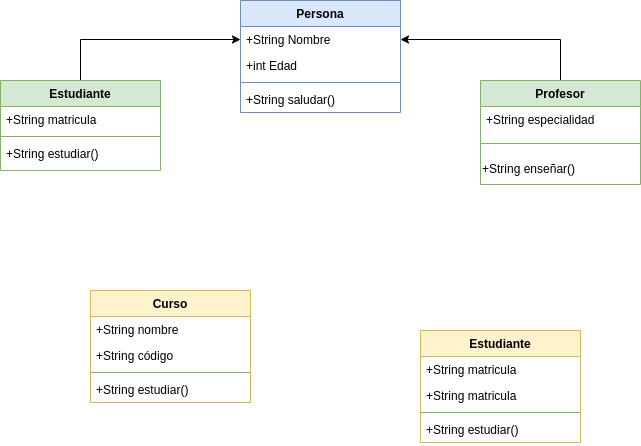
Earlier version of the draw.io export images/gestion-academica.png (aday-ctr/gestion-academica). Source tidied: cells renumbered, new cells last; positions are measured from the earlier drawing's top-left corner, leaving out a move shared by most shapes.
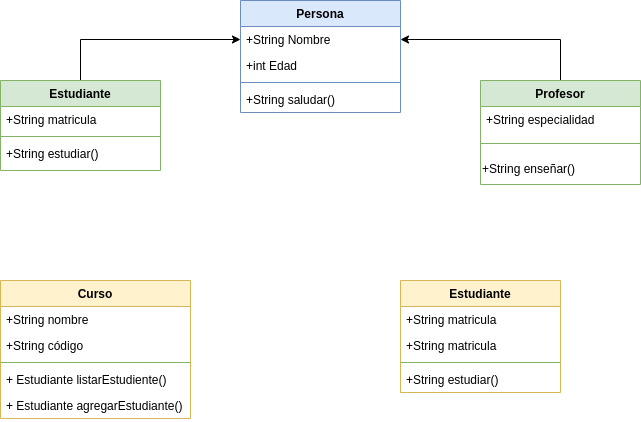
After the change.

Diff of the diagram source:
```diff
@@ -48,22 +48,25 @@
       <mxGeometry y="74" width="160" height="30" as="geometry" />
     </mxCell>
     <mxCell id="17" value="Curso" style="swimlane;fontStyle=1;align=center;verticalAlign=top;horizontal=1;startSize=26;rounded=0;shadow=0;strokeWidth=1;fillColor=#fff2cc;strokeColor=#d6b656;" parent="1" vertex="1">
-      <mxGeometry x="90" y="290" width="160" height="112" as="geometry" />
+      <mxGeometry y="280" width="190" height="138" as="geometry" />
     </mxCell>
     <mxCell id="18" value="+String nombre" style="text;align=left;verticalAlign=top;spacingLeft=4;spacingRight=4;overflow=hidden;" parent="17" vertex="1">
-      <mxGeometry y="26" width="160" height="26" as="geometry" />
+      <mxGeometry y="26" width="190" height="26" as="geometry" />
     </mxCell>
     <mxCell id="19" value="+String código" style="text;align=left;verticalAlign=top;spacingLeft=4;spacingRight=4;overflow=hidden;" parent="17" vertex="1">
-      <mxGeometry y="52" width="160" height="26" as="geometry" />
+      <mxGeometry y="52" width="190" height="26" as="geometry" />
     </mxCell>
     <mxCell id="20" style="line;html=1;strokeWidth=1;align=left;verticalAlign=middle;spacingTop=-1;spacingLeft=3;spacingRight=3;labelPosition=right;fillColor=#d5e8d4;strokeColor=#82b366;" parent="17" vertex="1">
-      <mxGeometry y="78" width="160" height="8" as="geometry" />
+      <mxGeometry y="78" width="190" height="8" as="geometry" />
     </mxCell>
-    <mxCell id="21" value="+String estudiar()" style="text;align=left;verticalAlign=top;spacingLeft=4;spacingRight=4;overflow=hidden;fontStyle=0;" parent="17" vertex="1">
-      <mxGeometry y="86" width="160" height="26" as="geometry" />
+    <mxCell id="21" value="+ Estudiante listarEstudiente()" style="text;align=left;verticalAlign=top;spacingLeft=4;spacingRight=4;overflow=hidden;fontStyle=0;" parent="17" vertex="1">
+      <mxGeometry y="86" width="190" height="26" as="geometry" />
     </mxCell>
+    <mxCell id="27" value="+ Estudiante agregarEstudiante()" style="text;align=left;verticalAlign=top;spacingLeft=4;spacingRight=4;overflow=hidden;fontStyle=0;" parent="17" vertex="1">
+      <mxGeometry y="112" width="190" height="26" as="geometry" />
+    </mxCell>
     <mxCell id="22" value="Estudiante" style="swimlane;fontStyle=1;align=center;verticalAlign=top;horizontal=1;startSize=26;rounded=0;shadow=0;strokeWidth=1;fillColor=#fff2cc;strokeColor=#d6b656;" parent="1" vertex="1">
-      <mxGeometry x="420" y="330" width="160" height="112" as="geometry" />
+      <mxGeometry x="400" y="280" width="160" height="112" as="geometry" />
     </mxCell>
     <mxCell id="23" value="+String matricula" style="text;align=left;verticalAlign=top;spacingLeft=4;spacingRight=4;overflow=hidden;" parent="22" vertex="1">
       <mxGeometry y="26" width="160" height="26" as="geometry" />
```
